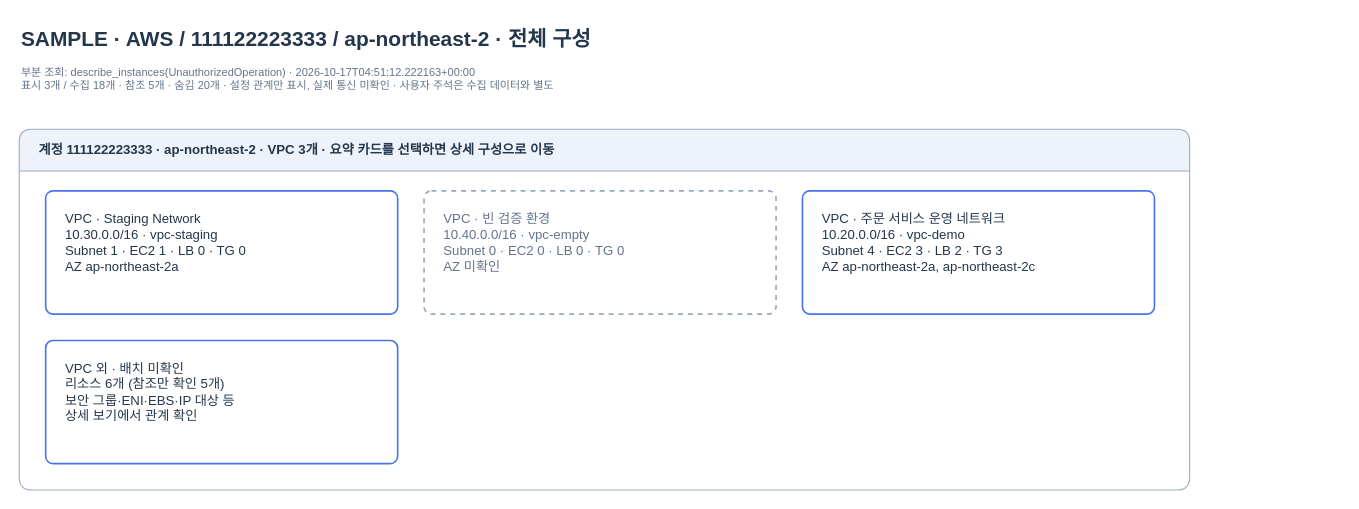
Earlier version of the draw.io diagram page "전체 구성" (1 of 4) of examples/demo/topology.drawio (men16922/diagram-bot). Source tidied: cells renumbered, new cells numbered last; positions are measured from the earlier drawing's top-left corner, leaving out a move shared by most shapes. Both pictures are drawn from the tidied source at 110%, with x=0, y=0 at pixel (19, 19).
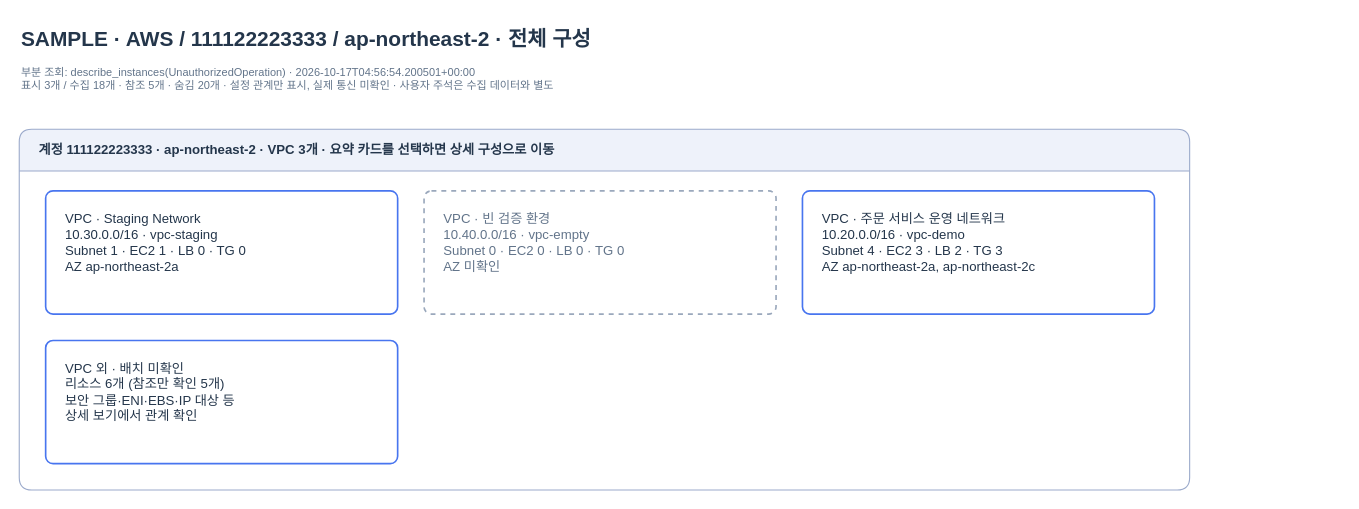
Above is the later version.

The edit, as a diff of the source:
```diff
@@
 <mxGraphModel background="#ffffff">
   <root>
     <mxCell id="0" />
     <mxCell id="1" parent="0" />
     <mxCell id="2" value="SAMPLE · AWS / 111122223333 / ap-northeast-2 · 전체 구성" style="html=0;fontFamily=Arial;fontSize=12;fontColor=#24364B;text;align=left;fontSize=19;fontStyle=1;strokeColor=none;fillColor=none;" parent="1" vertex="1">
       <mxGeometry width="1200" height="30" as="geometry" />
     </mxCell>
-    <mxCell id="3" value="부분 조회: describe_instances(UnauthorizedOperation) · 2026-10-17T04:51:12.222163+00:00&#10;표시 3개 / 수집 18개 · 참조 5개 · 숨김 20개 · 설정 관계만 표시, 실제 통신 미확인 · 사용자 주석은 수집 데이터와 별도" style="html=0;fontFamily=Arial;fontSize=12;fontColor=#24364B;text;align=left;verticalAlign=top;whiteSpace=wrap;fontSize=10;fontColor=#62748A;strokeColor=none;fillColor=none;" parent="1" vertex="1">
+    <mxCell id="3" value="부분 조회: describe_instances(UnauthorizedOperation) · 2026-10-17T04:56:54.200501+00:00&#10;표시 3개 / 수집 18개 · 참조 5개 · 숨김 20개 · 설정 관계만 표시, 실제 통신 미확인 · 사용자 주석은 수집 데이터와 별도" style="html=0;fontFamily=Arial;fontSize=12;fontColor=#24364B;text;align=left;verticalAlign=top;whiteSpace=wrap;fontSize=10;fontColor=#62748A;strokeColor=none;fillColor=none;" parent="1" vertex="1">
       <mxGeometry y="36" width="960" height="42" as="geometry" />
     </mxCell>
     <mxCell id="4" value="계정 111122223333 · ap-northeast-2 · VPC 3개 · 요약 카드를 선택하면 상세 구성으로 이동" style="html=0;fontFamily=Arial;fontSize=12;fontColor=#24364B;swimlane;startSize=38;horizontal=1;rounded=1;arcSize=10;whiteSpace=wrap;fillColor=#F1F7FC;swimlaneFillColor=#FFFFFF;strokeColor=#A7BFD4;fontStyle=1;align=left;spacingLeft=16;fillColor=#EEF2FA;strokeColor=#9BAACB;" parent="1" vertex="1">
       <mxGeometry y="100" width="1064" height="328" as="geometry" />
     </mxCell>
     <mxCell id="5" value="VPC · Staging Network&#10;10.30.0.0/16 · vpc-staging&#10;Subnet 1 · EC2 1 · LB 0 · TG 0&#10;AZ ap-northeast-2a" style="html=0;fontFamily=Arial;fontSize=12;fontColor=#24364B;rounded=1;arcSize=6;whiteSpace=wrap;align=left;verticalAlign=top;spacingLeft=16;spacingTop=12;fillColor=#FFFFFF;strokeColor=#4875EF;strokeWidth=1.5;fontSize=12;" parent="4" vertex="1">
       <mxGeometry x="24" y="56" width="320" height="112" as="geometry" />
     </mxCell>
     <mxCell id="6" value="VPC · 빈 검증 환경&#10;10.40.0.0/16 · vpc-empty&#10;Subnet 0 · EC2 0 · LB 0 · TG 0&#10;AZ 미확인" style="html=0;fontFamily=Arial;fontSize=12;fontColor=#24364B;rounded=1;arcSize=6;whiteSpace=wrap;align=left;verticalAlign=top;spacingLeft=16;spacingTop=12;fillColor=#FFFFFF;strokeColor=#4875EF;strokeWidth=1.5;fontSize=12;dashed=1;strokeColor=#9AA8BC;fontColor=#62748A;" parent="4" vertex="1">
       <mxGeometry x="368" y="56" width="320" height="112" as="geometry" />
     </mxCell>
     <mxCell id="7" value="VPC · 주문 서비스 운영 네트워크&#10;10.20.0.0/16 · vpc-demo&#10;Subnet 4 · EC2 3 · LB 2 · TG 3&#10;AZ ap-northeast-2a, ap-northeast-2c" style="html=0;fontFamily=Arial;fontSize=12;fontColor=#24364B;rounded=1;arcSize=6;whiteSpace=wrap;align=left;verticalAlign=top;spacingLeft=16;spacingTop=12;fillColor=#FFFFFF;strokeColor=#4875EF;strokeWidth=1.5;fontSize=12;" parent="4" vertex="1">
       <mxGeometry x="712" y="56" width="320" height="112" as="geometry" />
     </mxCell>
     <mxCell id="8" value="VPC 외 · 배치 미확인&#10;리소스 6개 (참조만 확인 5개)&#10;보안 그룹·ENI·EBS·IP 대상 등&#10;상세 보기에서 관계 확인" style="html=0;fontFamily=Arial;fontSize=12;fontColor=#24364B;rounded=1;arcSize=6;whiteSpace=wrap;align=left;verticalAlign=top;spacingLeft=16;spacingTop=12;fillColor=#FFFFFF;strokeColor=#4875EF;strokeWidth=1.5;fontSize=12;" parent="4" vertex="1">
       <mxGeometry x="24" y="192" width="320" height="112" as="geometry" />
     </mxCell>
   </root>
 </mxGraphModel>
```
